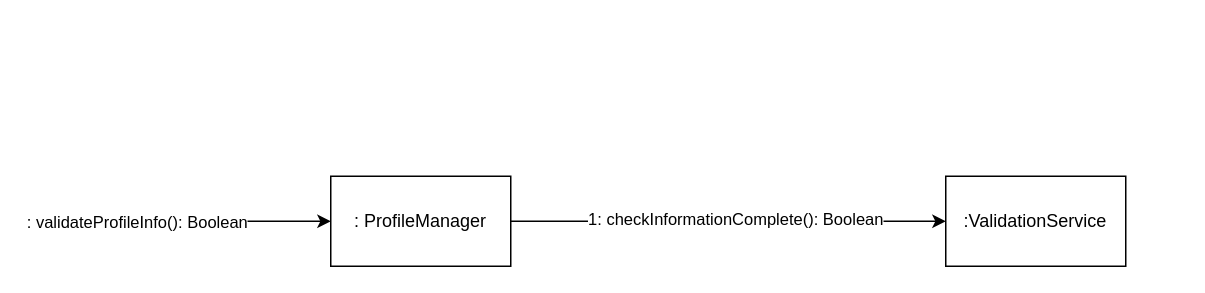
The draw.io diagram Assignment/InteractionDiagram.drawio in kevinchu-linkai/Software-Engineering, before the edit. Source tidied: cells renumbered, new cells numbered last; positions are measured from the earlier drawing's top-left corner, leaving out a move shared by most shapes. Both pictures are drawn from the tidied source at 150%, with x=0, y=0 at pixel (135, 176).
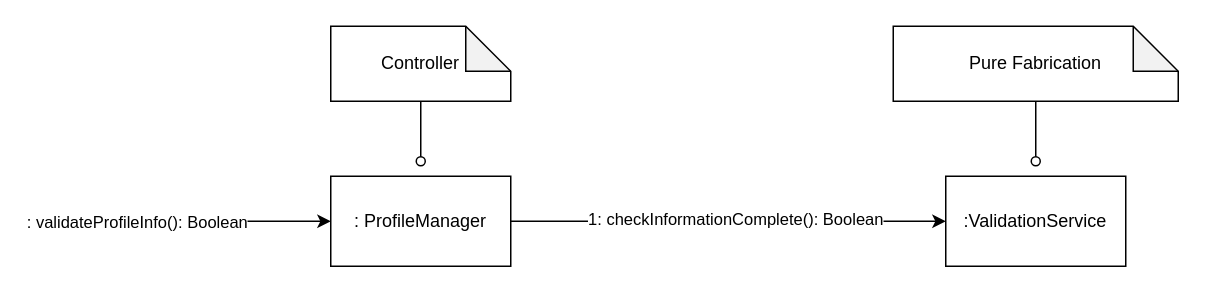
After the change.

What changed in the source:
```diff
@@
 <mxGraphModel>
   <root>
     <mxCell id="0" />
     <mxCell id="1" parent="0" />
     <mxCell id="2" style="edgeStyle=orthogonalEdgeStyle;rounded=0;jettySize=auto;html=1;" parent="1" edge="1" source="6" target="7">
       <mxGeometry relative="1" as="geometry" />
     </mxCell>
     <mxCell id="3" value="1: checkInformationComplete(): Boolean" style="edgeLabel;html=1;align=center;verticalAlign=middle;" parent="2" vertex="1">
       <mxGeometry x="0.03" y="2" relative="1" as="geometry" />
     </mxCell>
     <mxCell id="4" style="edgeStyle=orthogonalEdgeStyle;rounded=0;jettySize=auto;html=1;startArrow=classic;startFill=1;endArrow=none;endFill=0;" parent="1" edge="1" source="6">
       <mxGeometry relative="1" as="geometry">
         <mxPoint y="30" as="targetPoint" />
       </mxGeometry>
     </mxCell>
     <mxCell id="5" value=": validateProfileInfo(): Boolean" style="edgeLabel;html=1;align=center;verticalAlign=middle;" parent="4" vertex="1">
       <mxGeometry x="-0.03" y="-2" relative="1" as="geometry">
         <mxPoint x="-67" y="2" as="offset" />
       </mxGeometry>
     </mxCell>
     <mxCell id="6" value=": ProfileManager" style="rounded=0;whiteSpace=wrap;html=1;" parent="1" vertex="1">
       <mxGeometry x="130" width="120" height="60" as="geometry" />
     </mxCell>
     <mxCell id="7" value=":ValidationService" style="whiteSpace=wrap;html=1;rounded=0;" parent="1" vertex="1">
       <mxGeometry x="540" width="120" height="60" as="geometry" />
     </mxCell>
+    <mxCell id="8" style="edgeStyle=orthogonalEdgeStyle;rounded=0;jettySize=auto;html=1;endArrow=oval;endFill=0;" parent="1" edge="1" source="9">
+      <mxGeometry relative="1" as="geometry">
+        <mxPoint x="190" y="-10" as="targetPoint" />
+      </mxGeometry>
+    </mxCell>
+    <mxCell id="9" value="Controller" style="shape=note;whiteSpace=wrap;html=1;backgroundOutline=1;darkOpacity=0.05;" parent="1" vertex="1">
+      <mxGeometry x="130" y="-100" width="120" height="50" as="geometry" />
+    </mxCell>
+    <mxCell id="10" style="edgeStyle=orthogonalEdgeStyle;rounded=0;jettySize=auto;html=1;endArrow=oval;endFill=0;" parent="1" edge="1" source="11">
+      <mxGeometry relative="1" as="geometry">
+        <mxPoint x="600" y="-10" as="targetPoint" />
+      </mxGeometry>
+    </mxCell>
+    <mxCell id="11" value="Pure Fabrication" style="shape=note;whiteSpace=wrap;html=1;backgroundOutline=1;darkOpacity=0.05;" parent="1" vertex="1">
+      <mxGeometry x="505" y="-100" width="190" height="50" as="geometry" />
+    </mxCell>
   </root>
 </mxGraphModel>
```
